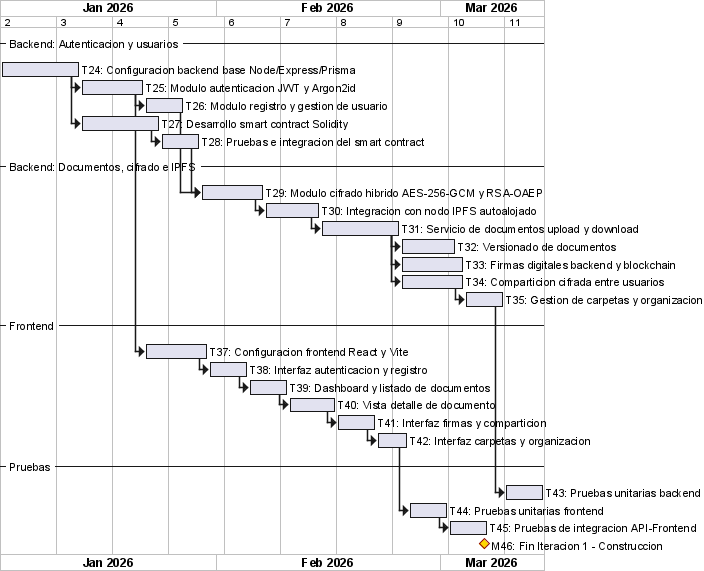
ErDeivih/DocumentChain keeps this PlantUML diagram as anexos/diagramas/gantt-const1.png. Above is the earlier version.
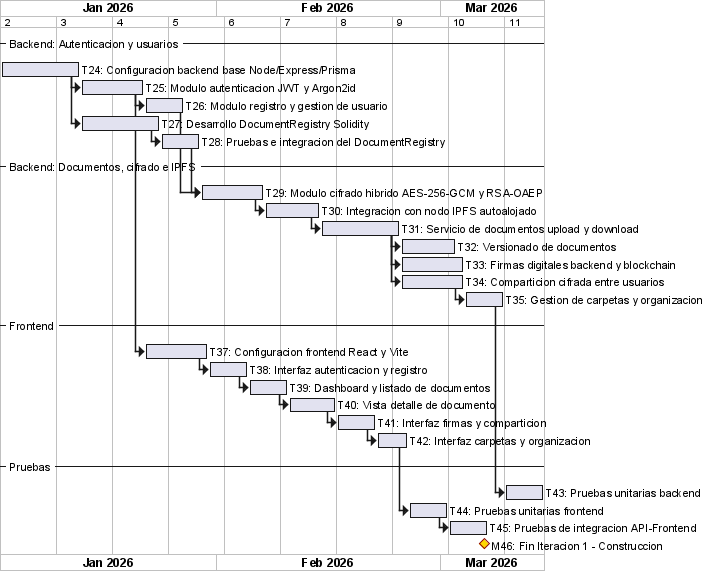
Above is the later version.

Change to the diagram source:
```diff
@@ -7,9 +7,9 @@
 [T24: Configuracion backend base Node/Express/Prisma] lasts 10 days
 then [T25: Modulo autenticacion JWT y Argon2id] lasts 8 days
 then [T26: Modulo registro y gestion de usuario] lasts 5 days
-[T27: Desarrollo smart contract Solidity] lasts 10 days
-[T27: Desarrollo smart contract Solidity] starts at [T24: Configuracion backend base Node/Express/Prisma]'s end
-then [T28: Pruebas e integracion del smart contract] lasts 5 days
+[T27: Desarrollo DocumentRegistry Solidity] lasts 10 days
+[T27: Desarrollo DocumentRegistry Solidity] starts at [T24: Configuracion backend base Node/Express/Prisma]'s end
+then [T28: Pruebas e integracion del DocumentRegistry] lasts 5 days
 
 -- Backend: Documentos, cifrado e IPFS --
 then [T29: Modulo cifrado hibrido AES-256-GCM y RSA-OAEP] lasts 8 days
```
